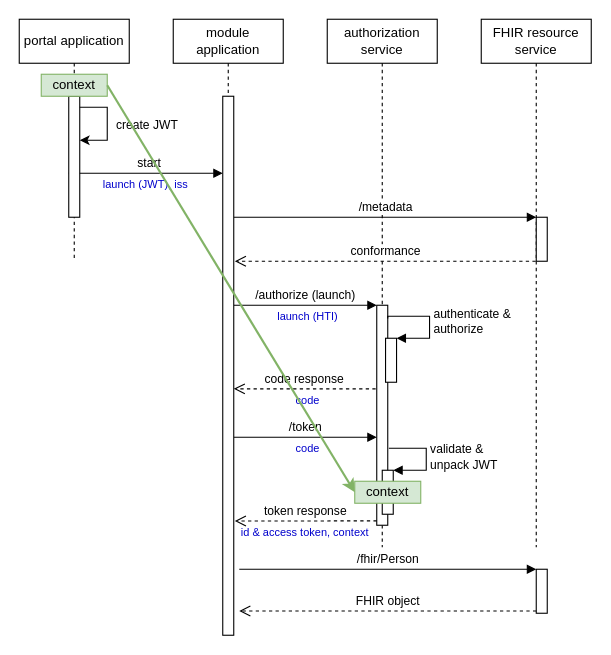
The draw.io diagram diagrams/SMART HTI on FHIR - Context.drawio in Koppeltaal/Koppeltaal-2.0-SMART-HTI-On-FHIR, before the edit. Source tidied: cells renumbered, new cells numbered last; positions are measured from the earlier drawing's top-left corner, leaving out a move shared by most shapes. Both pictures are drawn from the tidied source at 110%, with x=0, y=0 at pixel (19, 19).
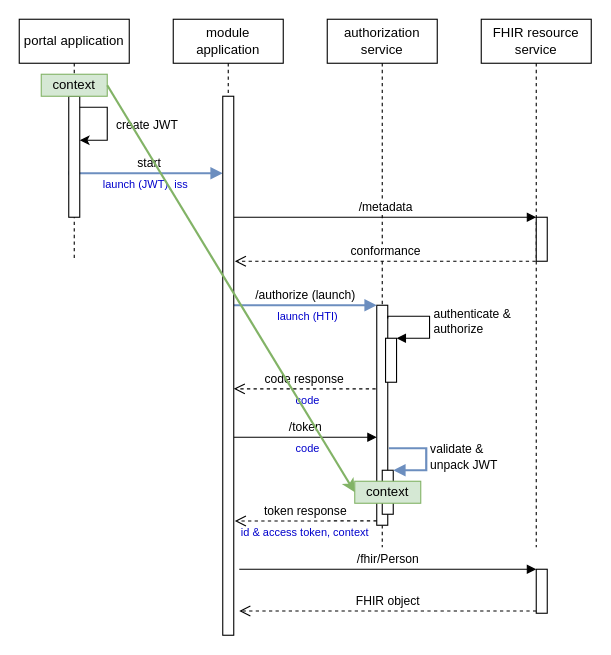
The same page after the edit.

Unchanged cells that the change refers to:
```xml
<mxCell id="9" style="html=1;points=[];perimeter=orthogonalPerimeter;" parent="1" vertex="1">
  <mxGeometry x="325" y="260" width="10" height="200" as="geometry" />
</mxCell>
<mxCell id="20" style="html=1;points=[];perimeter=orthogonalPerimeter;" parent="1" vertex="1">
  <mxGeometry x="330" y="410" width="10" height="40" as="geometry" />
</mxCell>
```

Diff of the diagram source:
```diff
@@
-    <mxCell id="5" value="start" style="html=1;verticalAlign=bottom;startArrow=oval;endArrow=block;startSize=8;" parent="1" edge="1">
+    <mxCell id="5" value="start" style="html=1;verticalAlign=bottom;startArrow=oval;endArrow=block;startSize=8;fillColor=#dae8fc;strokeColor=#6c8ebf;strokeWidth=2;" parent="1" edge="1">
       <mxGeometry relative="1" as="geometry">
         <mxPoint x="49.5" y="140" as="sourcePoint" />
         <mxPoint x="185" y="140" as="targetPoint" />
         <Array as="points">
           <mxPoint x="140" y="140" />
         </Array>
       </mxGeometry>
     </mxCell>
@@
-    <mxCell id="10" value="/authorize (launch)" style="html=1;verticalAlign=bottom;endArrow=block;entryX=0;entryY=0;" parent="1" edge="1" target="9">
+    <mxCell id="10" value="/authorize (launch)" style="html=1;verticalAlign=bottom;endArrow=block;entryX=0;entryY=0;fillColor=#dae8fc;strokeColor=#6c8ebf;strokeWidth=2;" parent="1" edge="1" target="9">
       <mxGeometry relative="1" as="geometry">
         <mxPoint x="195" y="260" as="sourcePoint" />
       </mxGeometry>
     </mxCell>
@@
-    <mxCell id="21" value="validate &amp;amp; &lt;br&gt;unpack JWT" style="edgeStyle=orthogonalEdgeStyle;html=1;align=left;spacingLeft=2;endArrow=block;rounded=0;entryX=1;entryY=0;exitX=1.1;exitY=0.65;exitDx=0;exitDy=0;exitPerimeter=0;" parent="1" edge="1" source="9" target="20">
+    <mxCell id="21" value="validate &amp;amp; &lt;br&gt;unpack JWT" style="edgeStyle=orthogonalEdgeStyle;html=1;align=left;spacingLeft=2;endArrow=block;rounded=0;entryX=1;entryY=0;exitX=1.1;exitY=0.65;exitDx=0;exitDy=0;exitPerimeter=0;fillColor=#dae8fc;strokeColor=#6c8ebf;strokeWidth=2;" parent="1" edge="1" source="9" target="20">
       <mxGeometry relative="1" as="geometry">
         <Array as="points">
           <mxPoint x="370" y="390" />
           <mxPoint x="370" y="410" />
         </Array>
       </mxGeometry>
     </mxCell>
```
